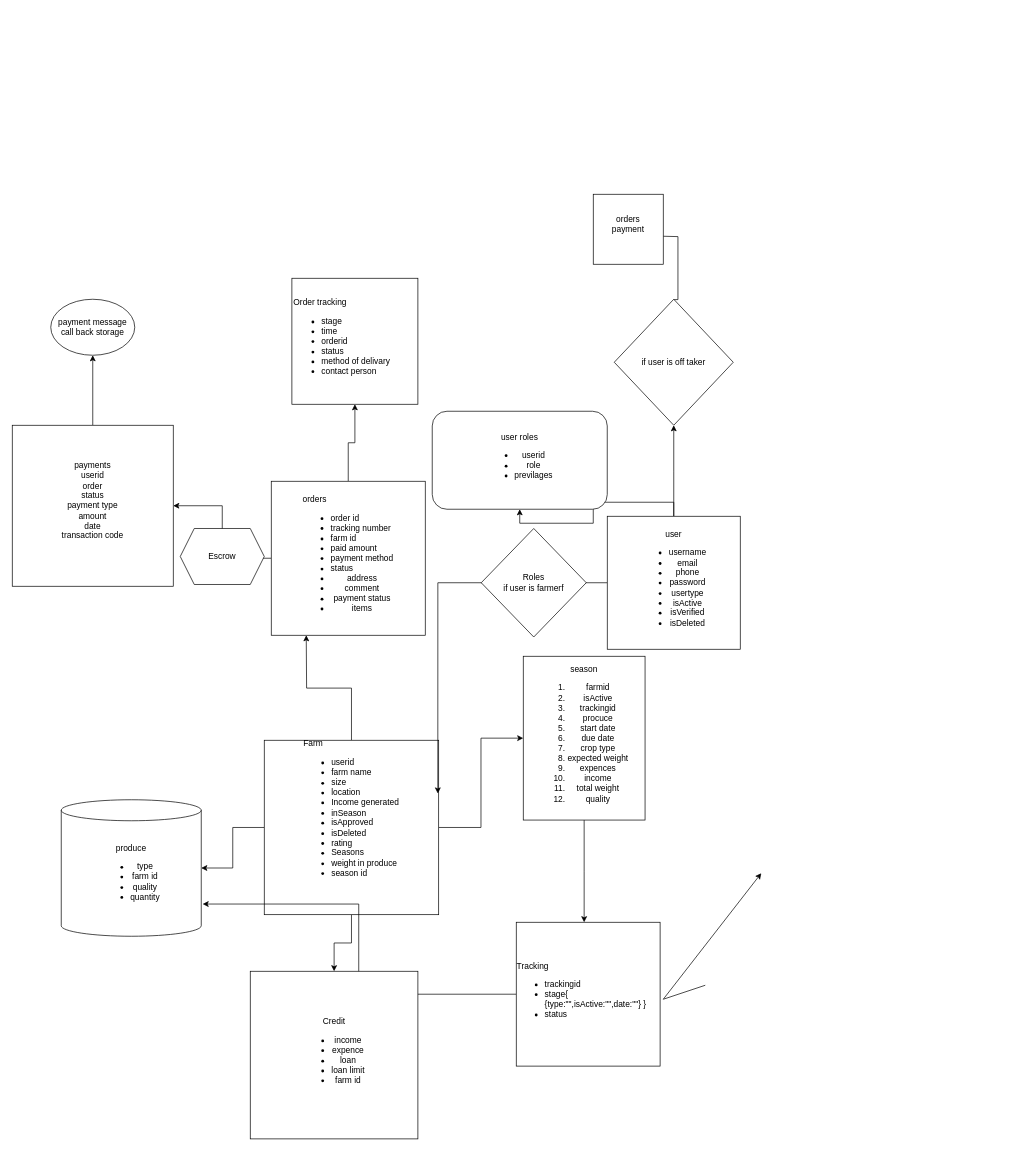
This is Untitled Diagram.drawio from joekingsleyMukundi/addressapp, a draw.io file, before an edit. Source tidied: cells renumbered, new cells numbered last; positions are measured from the earlier drawing's top-left corner, leaving out a move shared by most shapes. Both pictures are drawn from the tidied source at 70%, with x=0, y=0 at pixel (12, 194).
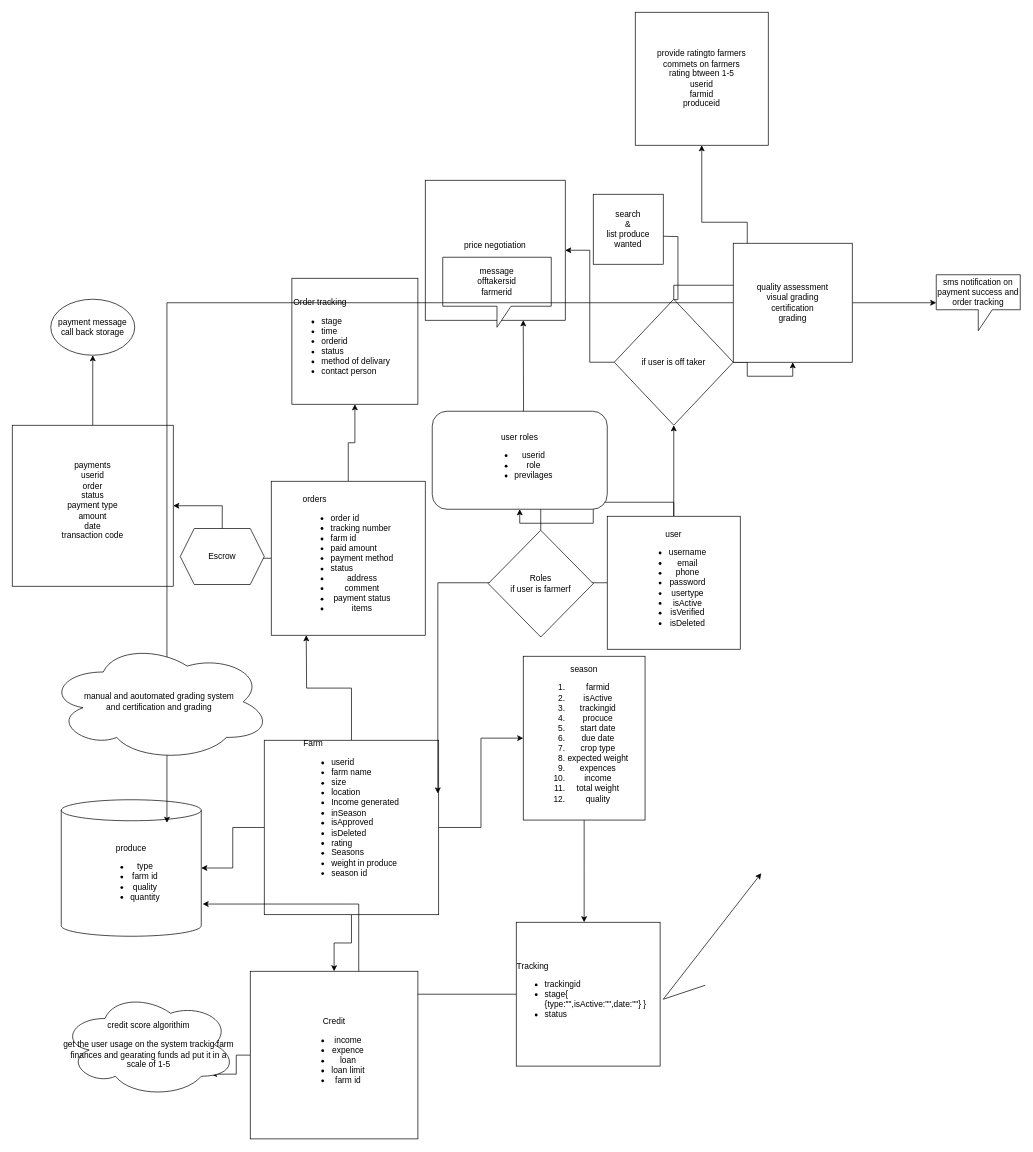
The same page after the edit.

The change refers to these unchanged cells:
```xml
<mxCell id="12" value="&lt;div&gt;Credit&lt;/div&gt;&lt;div&gt;&lt;ul&gt;&lt;li&gt;income&lt;/li&gt;&lt;li&gt;expence&lt;/li&gt;&lt;li&gt;loan&lt;/li&gt;&lt;li&gt;loan limit&lt;/li&gt;&lt;li&gt;farm id&lt;/li&gt;&lt;/ul&gt;&lt;/div&gt;" style="whiteSpace=wrap;html=1;" parent="1" vertex="1">
  <mxGeometry x="340" y="1110" width="239.5" height="239.5" as="geometry" />
</mxCell>
<mxCell id="21" value="&lt;div&gt;produce&lt;/div&gt;&lt;div&gt;&lt;ul&gt;&lt;li&gt;type&lt;/li&gt;&lt;li&gt;farm id&lt;/li&gt;&lt;li&gt;quality &lt;br&gt;&lt;/li&gt;&lt;li&gt;quantity&lt;/li&gt;&lt;/ul&gt;&lt;/div&gt;" style="shape=cylinder3;whiteSpace=wrap;html=1;boundedLbl=1;backgroundOutline=1;size=15;" parent="1" vertex="1">
  <mxGeometry x="70" y="865" width="200" height="195" as="geometry" />
</mxCell>
<mxCell id="29" value="if user is off taker" style="rhombus;whiteSpace=wrap;html=1;" parent="1" vertex="1">
  <mxGeometry x="860" y="150" width="170" height="180" as="geometry" />
</mxCell>
```

Diff of the diagram source:
```diff
@@
+    <mxCell id="31" style="edgeStyle=orthogonalEdgeStyle;rounded=0;jettySize=auto;html=1;entryX=0.856;entryY=0.78;entryDx=0;entryDy=0;entryPerimeter=0;" parent="1" edge="1" source="12" target="36">
+      <mxGeometry relative="1" as="geometry" />
+    </mxCell>
@@
+    <mxCell id="32" style="edgeStyle=orthogonalEdgeStyle;rounded=0;jettySize=auto;html=1;" parent="1" edge="1" source="24">
+      <mxGeometry relative="1" as="geometry">
+        <mxPoint x="730" y="180" as="targetPoint" />
+      </mxGeometry>
+    </mxCell>
     <mxCell id="24" value="&lt;div&gt;Roles&lt;/div&gt;&lt;div&gt;if user is farmerf&lt;br&gt;&lt;/div&gt;" style="rhombus;whiteSpace=wrap;html=1;" parent="1" vertex="1">
-      <mxGeometry x="670" y="477.5" width="150" height="155" as="geometry" />
+      <mxGeometry x="680" y="480" width="150" height="152.5" as="geometry" />
     </mxCell>
@@
+    <mxCell id="33" style="edgeStyle=orthogonalEdgeStyle;rounded=0;jettySize=auto;html=1;" parent="1" edge="1" source="29" target="37">
+      <mxGeometry relative="1" as="geometry" />
+    </mxCell>
+    <mxCell id="34" style="edgeStyle=orthogonalEdgeStyle;rounded=0;jettySize=auto;html=1;" parent="1" edge="1" source="29" target="41">
+      <mxGeometry relative="1" as="geometry" />
+    </mxCell>
+    <mxCell id="35" style="edgeStyle=orthogonalEdgeStyle;rounded=0;jettySize=auto;html=1;exitX=1;exitY=0.5;exitDx=0;exitDy=0;" parent="1" edge="1" source="29" target="43">
+      <mxGeometry relative="1" as="geometry" />
+    </mxCell>
@@
-    <mxCell id="30" value="&lt;div&gt;orders&lt;/div&gt;&lt;div&gt;payment&lt;/div&gt;&lt;div&gt;&lt;br&gt;&lt;/div&gt;" style="whiteSpace=wrap;html=1;" parent="1" vertex="1">
+    <mxCell id="30" value="&lt;div&gt;search&lt;br&gt;&lt;/div&gt;&lt;div&gt;&amp;amp;&lt;/div&gt;&lt;div&gt;list produce wanted&lt;br&gt;&lt;/div&gt;" style="whiteSpace=wrap;html=1;" parent="1" vertex="1">
       <mxGeometry x="830" width="100" height="100" as="geometry" />
     </mxCell>
+    <mxCell id="36" value="&lt;div&gt;credit score algorithim&lt;/div&gt;&lt;div&gt;&lt;br&gt;&lt;/div&gt;&lt;div&gt;get the user usage on the system trackig farm finances and gearating funds ad put it in a scale of 1-5&lt;br&gt;&lt;/div&gt;" style="ellipse;shape=cloud;whiteSpace=wrap;html=1;" parent="1" vertex="1">
+      <mxGeometry x="70" y="1140" width="250" height="150" as="geometry" />
+    </mxCell>
+    <mxCell id="37" value="&lt;div&gt;price negotiation&lt;/div&gt;&lt;div&gt;&lt;br&gt;&lt;/div&gt;" style="whiteSpace=wrap;html=1;" parent="1" vertex="1">
+      <mxGeometry x="590" y="-20" width="200" height="200" as="geometry" />
+    </mxCell>
+    <mxCell id="38" value="&lt;div&gt;message&lt;/div&gt;&lt;div&gt;offtakersid&lt;/div&gt;&lt;div&gt;farmerid&lt;/div&gt;" style="shape=callout;whiteSpace=wrap;html=1;perimeter=calloutPerimeter;" parent="1" vertex="1">
+      <mxGeometry x="615" y="90" width="155" height="100" as="geometry" />
+    </mxCell>
+    <mxCell id="39" style="edgeStyle=orthogonalEdgeStyle;rounded=0;jettySize=auto;html=1;entryX=0.755;entryY=0.169;entryDx=0;entryDy=0;entryPerimeter=0;" parent="1" edge="1" source="41" target="21">
+      <mxGeometry relative="1" as="geometry" />
+    </mxCell>
+    <mxCell id="40" style="edgeStyle=orthogonalEdgeStyle;rounded=0;jettySize=auto;html=1;" parent="1" edge="1" source="41" target="44">
+      <mxGeometry relative="1" as="geometry" />
+    </mxCell>
+    <mxCell id="41" value="&lt;div&gt;quality assessment&lt;/div&gt;&lt;div&gt;visual grading &lt;br&gt;&lt;/div&gt;&lt;div&gt;certification&lt;/div&gt;&lt;div&gt;grading&lt;br&gt;&lt;/div&gt;" style="whiteSpace=wrap;html=1;direction=south;" parent="1" vertex="1">
+      <mxGeometry x="1030" y="70" width="170" height="170" as="geometry" />
+    </mxCell>
+    <mxCell id="42" value="&lt;div&gt;manual and aoutomated grading system&lt;/div&gt;&lt;div&gt;and certification and grading&lt;br&gt;&lt;/div&gt;" style="ellipse;shape=cloud;whiteSpace=wrap;html=1;" parent="1" vertex="1">
+      <mxGeometry x="50" y="640" width="320" height="170" as="geometry" />
+    </mxCell>
+    <mxCell id="43" value="&lt;div&gt;provide ratingto farmers&lt;/div&gt;&lt;div&gt;commets on farmers &lt;br&gt;&lt;/div&gt;&lt;div&gt;rating btween 1-5&lt;/div&gt;&lt;div&gt;userid&lt;/div&gt;&lt;div&gt;farmid&lt;/div&gt;&lt;div&gt;produceid&lt;br&gt;&lt;/div&gt;" style="whiteSpace=wrap;html=1;" parent="1" vertex="1">
+      <mxGeometry x="890" y="-260" width="190" height="190" as="geometry" />
+    </mxCell>
+    <mxCell id="44" value="sms notification on payment success and order tracking" style="shape=callout;whiteSpace=wrap;html=1;perimeter=calloutPerimeter;" parent="1" vertex="1">
+      <mxGeometry x="1320" y="115" width="120" height="80" as="geometry" />
+    </mxCell>
```
